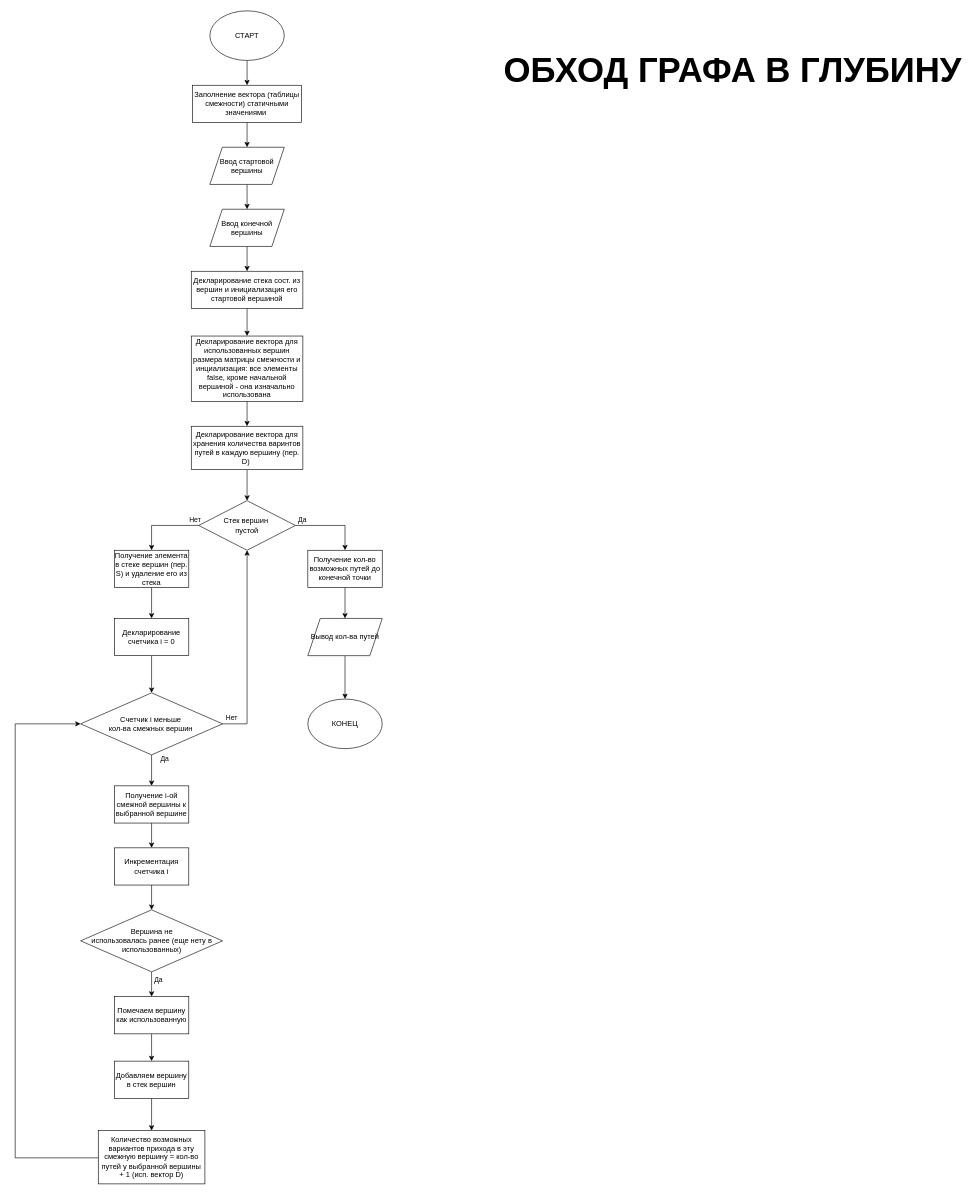
Earlier version of the draw.io diagram 2.drawio (Calrission/MIIGAIK-Algorithmization). Source tidied: cells renumbered, new cells numbered last; positions are measured from the earlier drawing's top-left corner, leaving out a move shared by most shapes. Both pictures are drawn from the tidied source at 62%, with x=0, y=0 at pixel (15, 11).
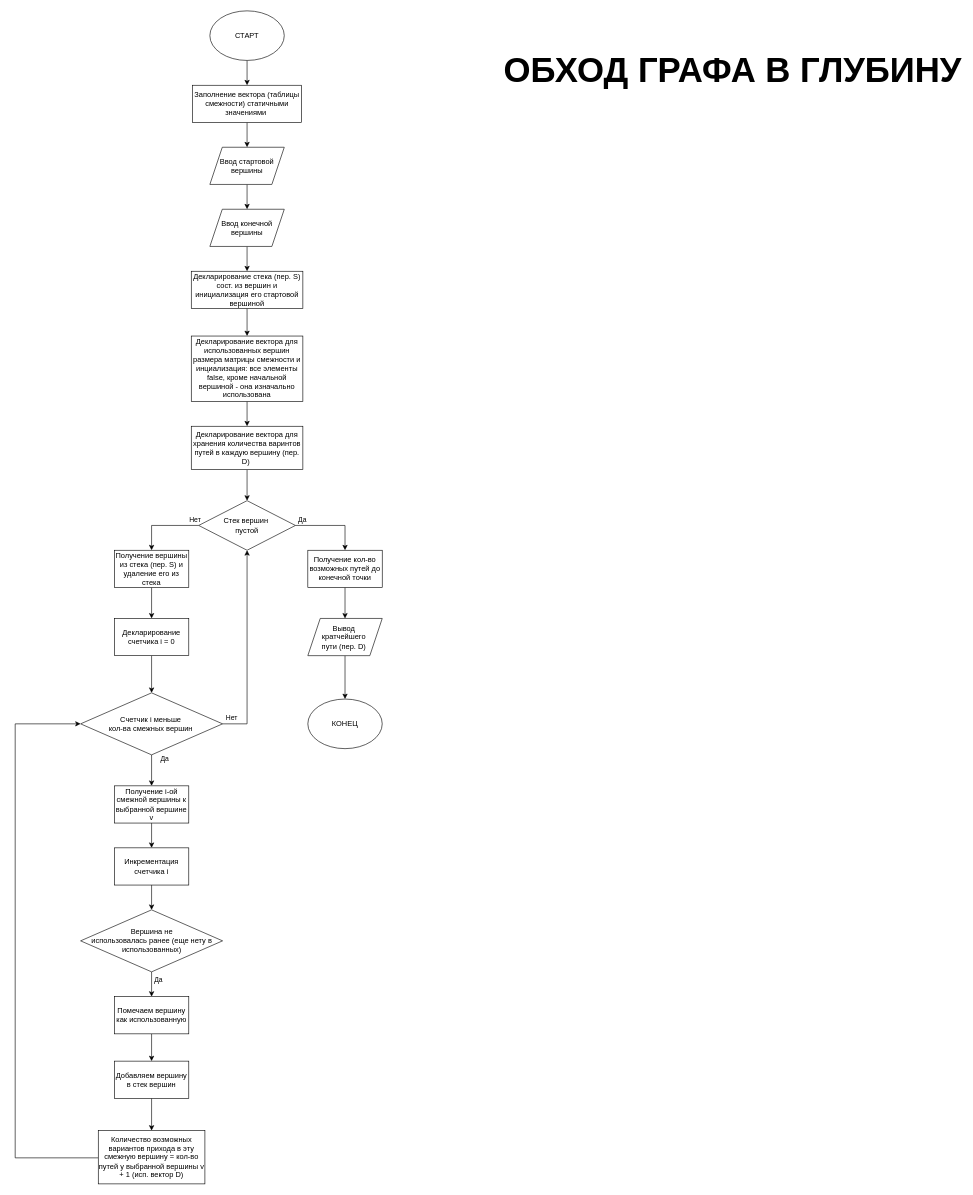
The same diagram, later.

The edit, as a diff of the source:
```diff
@@
-    <mxCell id="11" value="Декларирование стека сост&lt;span style=&quot;background-color: initial;&quot;&gt;. из вершин и инициализация его стартовой вершиной&lt;/span&gt;" style="rounded=0;whiteSpace=wrap;html=1;" parent="1" vertex="1">
+    <mxCell id="11" value="Декларирование стека (пер. S) сост&lt;span style=&quot;background-color: initial;&quot;&gt;. из вершин и инициализация его стартовой вершиной&lt;/span&gt;" style="rounded=0;whiteSpace=wrap;html=1;" parent="1" vertex="1">
       <mxGeometry x="284" y="420" width="180" height="60" as="geometry" />
     </mxCell>
@@
-    <mxCell id="22" value="Получение элемента в стеке вершин (пер. S) и удаление его из стека" style="rounded=0;whiteSpace=wrap;html=1;" parent="1" vertex="1">
+    <mxCell id="22" value="Получение вершины из стека (пер. S) и удаление его из стека" style="rounded=0;whiteSpace=wrap;html=1;" parent="1" vertex="1">
       <mxGeometry x="160" y="870" width="120" height="60" as="geometry" />
     </mxCell>
@@
-    <mxCell id="29" value="Получение i-ой смежной вершины к выбранной вершине" style="rounded=0;whiteSpace=wrap;html=1;" parent="1" vertex="1">
+    <mxCell id="29" value="Получение i-ой смежной вершины к выбранной вершине v" style="rounded=0;whiteSpace=wrap;html=1;" parent="1" vertex="1">
       <mxGeometry x="160" y="1250" width="120" height="60" as="geometry" />
     </mxCell>
@@
-    <mxCell id="34" value="Вершина не&lt;div&gt;использовалась ранее (еще нету в использованных)&lt;/div&gt;" style="rhombus;whiteSpace=wrap;html=1;" parent="1" vertex="1">
+    <mxCell id="34" value="Вершина&lt;span style=&quot;background-color: initial;&quot;&gt;&amp;nbsp;не&lt;/span&gt;&lt;div&gt;&lt;div&gt;использовалась ранее (еще нету в использованных)&lt;/div&gt;&lt;/div&gt;" style="rhombus;whiteSpace=wrap;html=1;" parent="1" vertex="1">
       <mxGeometry x="105.5" y="1450" width="229" height="100" as="geometry" />
     </mxCell>
@@
-    <mxCell id="40" value="Количество возможных вариантов прихода в эту смежную вершину = кол-во путей у выбранной вершины + 1 (исп. вектор D)" style="rounded=0;whiteSpace=wrap;html=1;" parent="1" vertex="1">
+    <mxCell id="40" value="Количество возможных вариантов прихода в эту смежную вершину = кол-во путей у выбранной вершины v + 1 (исп. вектор D)" style="rounded=0;whiteSpace=wrap;html=1;" parent="1" vertex="1">
       <mxGeometry x="134" y="1806" width="172" height="86" as="geometry" />
     </mxCell>
@@
-    <mxCell id="48" value="Вывод кол-ва путей" style="shape=parallelogram;perimeter=parallelogramPerimeter;whiteSpace=wrap;html=1;fixedSize=1;rounded=0;" parent="1" vertex="1">
+    <mxCell id="48" value="Вывод&amp;nbsp;&lt;div&gt;кратчейшего&amp;nbsp;&lt;/div&gt;&lt;div&gt;пути (пер. D)&amp;nbsp;&lt;/div&gt;" style="shape=parallelogram;perimeter=parallelogramPerimeter;whiteSpace=wrap;html=1;fixedSize=1;rounded=0;" parent="1" vertex="1">
       <mxGeometry x="472" y="980" width="120" height="60" as="geometry" />
     </mxCell>
```
